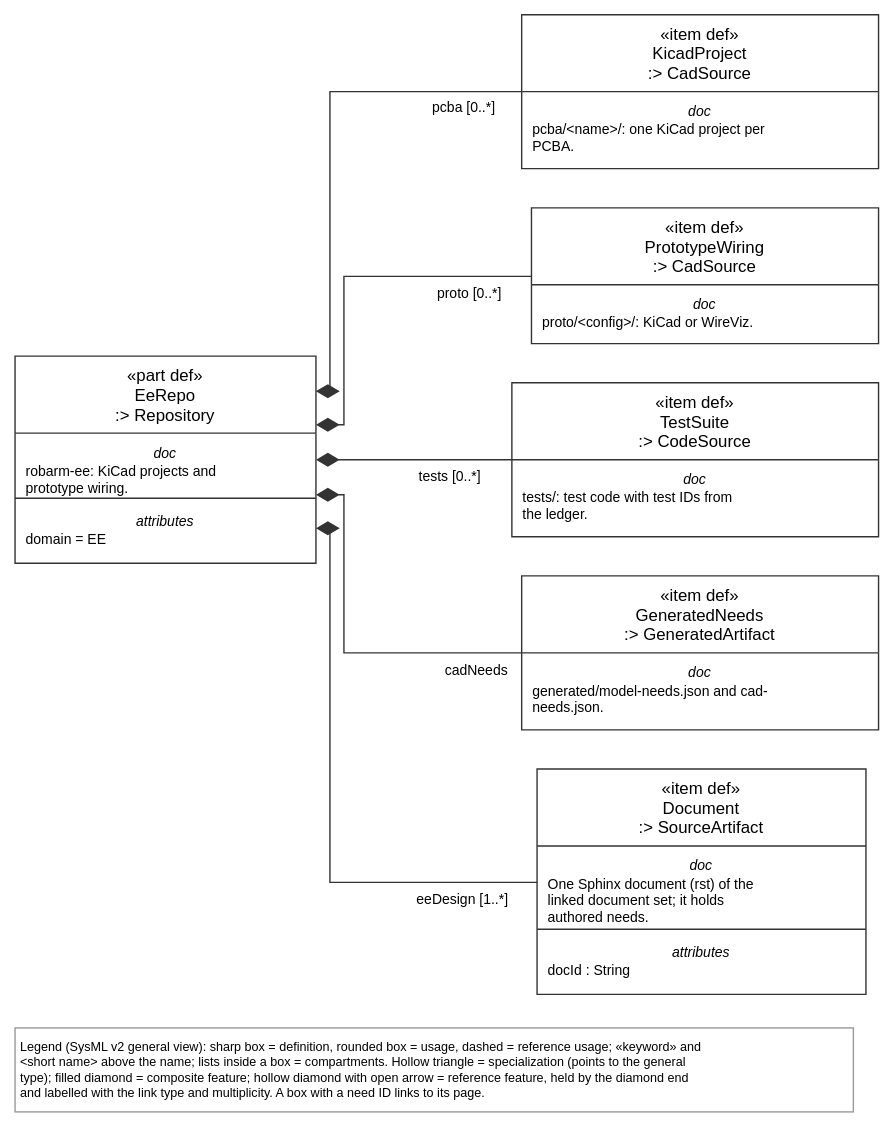
The draw.io diagram views/eeRepo.drawio.svg in tiacsys/xdmod, before a commit. Source tidied: cells renumbered, new cells last; positions are measured from the earlier drawing's top-left corner, leaving out a move shared by most shapes. Source of this version:
```xml
<mxGraphModel>
  <root>
    <mxCell id="0" />
    <mxCell id="1" parent="0" />
    <mxCell id="2" value="«item def»&#10;Document&#10;:&gt; SourceArtifact" style="html=0;fontFamily=Helvetica;fontSize=11;strokeColor=#333333;rounded=0;fillColor=#FFFFFF;swimlane;startSize=55;horizontal=1;fontStyle=0;swimlaneLine=1;" parent="1" vertex="1">
      <mxGeometry x="373" y="539" width="235" height="161" as="geometry" />
    </mxCell>
    <mxCell id="3" value="«part def»&#10;EeRepo&#10;:&gt; Repository" style="html=0;fontFamily=Helvetica;fontSize=11;strokeColor=#333333;rounded=0;fillColor=#FFFFFF;swimlane;startSize=55;horizontal=1;fontStyle=0;swimlaneLine=1;" parent="1" vertex="1">
      <mxGeometry y="244" width="215" height="148" as="geometry" />
    </mxCell>
    <mxCell id="4" value="«item def»&#10;GeneratedNeeds&#10;:&gt; GeneratedArtifact" style="html=0;fontFamily=Helvetica;fontSize=11;strokeColor=#333333;rounded=0;fillColor=#FFFFFF;swimlane;startSize=55;horizontal=1;fontStyle=0;swimlaneLine=1;" parent="1" vertex="1">
      <mxGeometry x="362" y="401" width="255" height="110" as="geometry" />
    </mxCell>
    <mxCell id="5" value="«item def»&#10;KicadProject&#10;:&gt; CadSource" style="html=0;fontFamily=Helvetica;fontSize=11;strokeColor=#333333;rounded=0;fillColor=#FFFFFF;swimlane;startSize=55;horizontal=1;fontStyle=0;swimlaneLine=1;" parent="1" vertex="1">
      <mxGeometry x="362" width="255" height="110" as="geometry" />
    </mxCell>
    <mxCell id="6" value="«item def»&#10;PrototypeWiring&#10;:&gt; CadSource" style="html=0;fontFamily=Helvetica;fontSize=11;strokeColor=#333333;rounded=0;fillColor=#FFFFFF;swimlane;startSize=55;horizontal=1;fontStyle=0;swimlaneLine=1;" parent="1" vertex="1">
      <mxGeometry x="369" y="138" width="248" height="97" as="geometry" />
    </mxCell>
    <mxCell id="7" value="«item def»&#10;TestSuite&#10;:&gt; CodeSource" style="html=0;fontFamily=Helvetica;fontSize=11;strokeColor=#333333;rounded=0;fillColor=#FFFFFF;swimlane;startSize=55;horizontal=1;fontStyle=0;swimlaneLine=1;" parent="1" vertex="1">
      <mxGeometry x="355" y="263" width="262" height="110" as="geometry" />
    </mxCell>
    <mxCell id="8" value="Legend (SysML v2 general view): sharp box = definition, rounded box = usage, dashed = reference usage; «keyword» and&#10;&lt;short name&gt; above the name; lists inside a box = compartments. Hollow triangle = specialization (points to the general&#10;type); filled diamond = composite feature; hollow diamond with open arrow = reference feature, held by the diamond end&#10;and labelled with the link type and multiplicity. A box with a need ID links to its page." style="text;html=0;align=left;verticalAlign=top;fontFamily=Helvetica;fontSize=9;fillColor=#FFFFFF;strokeColor=#999999;spacing=4;" parent="1" vertex="1">
      <mxGeometry y="724" width="599" height="60" as="geometry" />
    </mxCell>
    <mxCell id="9" value="attributes" style="text;html=0;align=center;verticalAlign=top;spacingTop=0;fontFamily=Helvetica;fontSize=10;fontStyle=2;strokeColor=none;" parent="2" vertex="1">
      <mxGeometry y="119" width="235" height="13" as="geometry" />
    </mxCell>
    <mxCell id="10" value="docId : String" style="text;html=0;align=left;verticalAlign=top;spacingLeft=6;spacingTop=0;fontFamily=Helvetica;fontSize=10;" parent="2" vertex="1">
      <mxGeometry y="132" width="235" height="17" as="geometry" />
    </mxCell>
    <mxCell id="11" value="doc" style="text;html=0;align=center;verticalAlign=top;spacingTop=0;fontFamily=Helvetica;fontSize=10;fontStyle=2;strokeColor=none;" parent="2" vertex="1">
      <mxGeometry y="57" width="235" height="13" as="geometry" />
    </mxCell>
    <mxCell id="12" value="One Sphinx document (rst) of the&#10;linked document set; it holds&#10;authored needs." style="text;html=0;align=left;verticalAlign=top;spacingLeft=6;spacingTop=0;fontFamily=Helvetica;fontSize=10;" parent="2" vertex="1">
      <mxGeometry y="70" width="235" height="43" as="geometry" />
    </mxCell>
    <mxCell id="13" style="line;html=0;strokeColor=#333333;strokeWidth=1;" parent="2" vertex="1">
      <mxGeometry y="114" width="235" height="1" as="geometry" />
    </mxCell>
    <mxCell id="14" value="attributes" style="text;html=0;align=center;verticalAlign=top;spacingTop=0;fontFamily=Helvetica;fontSize=10;fontStyle=2;strokeColor=none;" parent="3" vertex="1">
      <mxGeometry y="106" width="215" height="13" as="geometry" />
    </mxCell>
    <mxCell id="15" value="domain = EE" style="text;html=0;align=left;verticalAlign=top;spacingLeft=6;spacingTop=0;fontFamily=Helvetica;fontSize=10;" parent="3" vertex="1">
      <mxGeometry y="119" width="215" height="17" as="geometry" />
    </mxCell>
    <mxCell id="16" value="doc" style="text;html=0;align=center;verticalAlign=top;spacingTop=0;fontFamily=Helvetica;fontSize=10;fontStyle=2;strokeColor=none;" parent="3" vertex="1">
      <mxGeometry y="57" width="215" height="13" as="geometry" />
    </mxCell>
    <mxCell id="17" value="robarm-ee: KiCad projects and&#10;prototype wiring." style="text;html=0;align=left;verticalAlign=top;spacingLeft=6;spacingTop=0;fontFamily=Helvetica;fontSize=10;" parent="3" vertex="1">
      <mxGeometry y="70" width="215" height="30" as="geometry" />
    </mxCell>
    <mxCell id="18" style="line;html=0;strokeColor=#333333;strokeWidth=1;" parent="3" vertex="1">
      <mxGeometry y="101" width="215" height="1" as="geometry" />
    </mxCell>
    <mxCell id="19" value="doc" style="text;html=0;align=center;verticalAlign=top;spacingTop=0;fontFamily=Helvetica;fontSize=10;fontStyle=2;strokeColor=none;" parent="4" vertex="1">
      <mxGeometry y="57" width="255" height="13" as="geometry" />
    </mxCell>
    <mxCell id="20" value="generated/model-needs.json and cad-&#10;needs.json." style="text;html=0;align=left;verticalAlign=top;spacingLeft=6;spacingTop=0;fontFamily=Helvetica;fontSize=10;" parent="4" vertex="1">
      <mxGeometry y="70" width="255" height="30" as="geometry" />
    </mxCell>
    <mxCell id="21" value="doc" style="text;html=0;align=center;verticalAlign=top;spacingTop=0;fontFamily=Helvetica;fontSize=10;fontStyle=2;strokeColor=none;" parent="5" vertex="1">
      <mxGeometry y="57" width="255" height="13" as="geometry" />
    </mxCell>
    <mxCell id="22" value="pcba/&lt;name&gt;/: one KiCad project per&#10;PCBA." style="text;html=0;align=left;verticalAlign=top;spacingLeft=6;spacingTop=0;fontFamily=Helvetica;fontSize=10;" parent="5" vertex="1">
      <mxGeometry y="70" width="255" height="30" as="geometry" />
    </mxCell>
    <mxCell id="23" value="doc" style="text;html=0;align=center;verticalAlign=top;spacingTop=0;fontFamily=Helvetica;fontSize=10;fontStyle=2;strokeColor=none;" parent="6" vertex="1">
      <mxGeometry y="57" width="248" height="13" as="geometry" />
    </mxCell>
    <mxCell id="24" value="proto/&lt;config&gt;/: KiCad or WireViz." style="text;html=0;align=left;verticalAlign=top;spacingLeft=6;spacingTop=0;fontFamily=Helvetica;fontSize=10;" parent="6" vertex="1">
      <mxGeometry y="70" width="248" height="17" as="geometry" />
    </mxCell>
    <mxCell id="25" value="doc" style="text;html=0;align=center;verticalAlign=top;spacingTop=0;fontFamily=Helvetica;fontSize=10;fontStyle=2;strokeColor=none;" parent="7" vertex="1">
      <mxGeometry y="57" width="262" height="13" as="geometry" />
    </mxCell>
    <mxCell id="26" value="tests/: test code with test IDs from&#10;the ledger." style="text;html=0;align=left;verticalAlign=top;spacingLeft=6;spacingTop=0;fontFamily=Helvetica;fontSize=10;" parent="7" vertex="1">
      <mxGeometry y="70" width="262" height="30" as="geometry" />
    </mxCell>
    <mxCell id="27" value="eeDesign [1..*]" style="html=0;rounded=0;endSize=10;startSize=14;fontFamily=Helvetica;fontSize=10;labelBackgroundColor=#FFFFFF;strokeColor=#333333;startArrow=diamondThin;startFill=1;endArrow=none;exitX=1.000;exitY=0.831;exitDx=0;exitDy=0;exitPerimeter=0;entryX=0.000;entryY=0.503;entryDx=0;entryDy=0;entryPerimeter=0;" parent="1" edge="1" source="3" target="2">
      <mxGeometry relative="1" as="geometry">
        <Array as="points">
          <mxPoint x="225" y="367" />
          <mxPoint x="225" y="620" />
        </Array>
        <mxPoint x="95" y="69" as="offset" />
      </mxGeometry>
    </mxCell>
    <mxCell id="28" value="cadNeeds" style="html=0;rounded=0;endSize=10;startSize=14;fontFamily=Helvetica;fontSize=10;labelBackgroundColor=#FFFFFF;strokeColor=#333333;startArrow=diamondThin;startFill=1;endArrow=none;exitX=1.000;exitY=0.669;exitDx=0;exitDy=0;exitPerimeter=0;entryX=0.000;entryY=0.500;entryDx=0;entryDy=0;entryPerimeter=0;" parent="1" edge="1" source="3" target="4">
      <mxGeometry relative="1" as="geometry">
        <Array as="points">
          <mxPoint x="235" y="343" />
          <mxPoint x="235" y="456" />
        </Array>
        <mxPoint x="95" y="15" as="offset" />
      </mxGeometry>
    </mxCell>
    <mxCell id="29" value="pcba [0..*]" style="html=0;rounded=0;endSize=10;startSize=14;fontFamily=Helvetica;fontSize=10;labelBackgroundColor=#FFFFFF;strokeColor=#333333;startArrow=diamondThin;startFill=1;endArrow=none;exitX=1.000;exitY=0.169;exitDx=0;exitDy=0;exitPerimeter=0;entryX=0.000;entryY=0.500;entryDx=0;entryDy=0;entryPerimeter=0;" parent="1" edge="1" source="3" target="5">
      <mxGeometry relative="1" as="geometry">
        <Array as="points">
          <mxPoint x="225" y="269" />
          <mxPoint x="225" y="55" />
        </Array>
        <mxPoint x="96" y="-32" as="offset" />
      </mxGeometry>
    </mxCell>
    <mxCell id="30" value="proto [0..*]" style="html=0;rounded=0;endSize=10;startSize=14;fontFamily=Helvetica;fontSize=10;labelBackgroundColor=#FFFFFF;strokeColor=#333333;startArrow=diamondThin;startFill=1;endArrow=none;exitX=1.000;exitY=0.331;exitDx=0;exitDy=0;exitPerimeter=0;entryX=0.000;entryY=0.505;entryDx=0;entryDy=0;entryPerimeter=0;" parent="1" edge="1" source="3" target="6">
      <mxGeometry relative="1" as="geometry">
        <Array as="points">
          <mxPoint x="235" y="293" />
          <mxPoint x="235" y="187" />
        </Array>
        <mxPoint x="86" y="12" as="offset" />
      </mxGeometry>
    </mxCell>
    <mxCell id="31" value="tests [0..*]" style="html=0;rounded=0;endSize=10;startSize=14;fontFamily=Helvetica;fontSize=10;labelBackgroundColor=#FFFFFF;strokeColor=#333333;startArrow=diamondThin;startFill=1;endArrow=none;exitX=1.000;exitY=0.500;exitDx=0;exitDy=0;exitPerimeter=0;entryX=0.000;entryY=0.500;entryDx=0;entryDy=0;entryPerimeter=0;" parent="1" edge="1" source="3" target="7">
      <mxGeometry relative="1" as="geometry">
        <mxPoint x="26" y="12" as="offset" />
      </mxGeometry>
    </mxCell>
  </root>
</mxGraphModel>
```
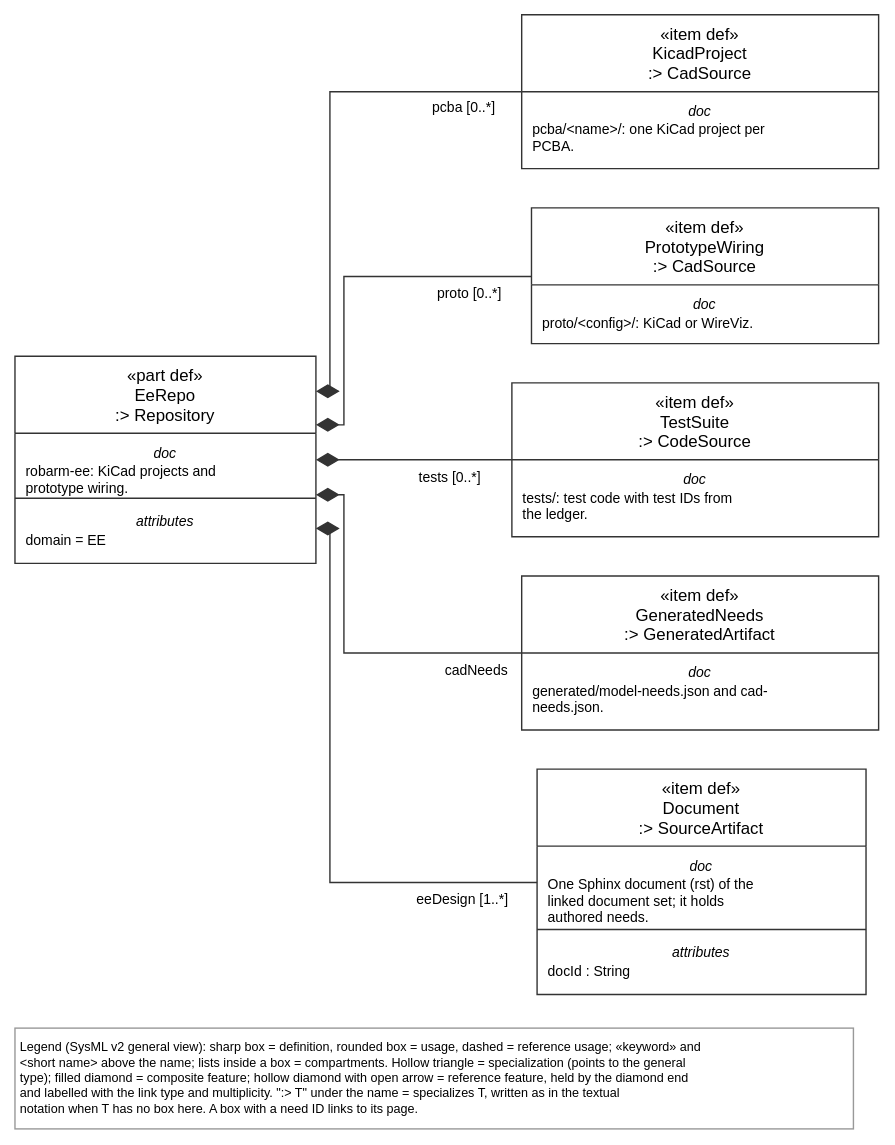
After the commit.

The edit, as a diff of the source:
```diff
@@ -20,8 +20,8 @@
     <mxCell id="7" value="«item def»&#10;TestSuite&#10;:&gt; CodeSource" style="html=0;fontFamily=Helvetica;fontSize=11;strokeColor=#333333;rounded=0;fillColor=#FFFFFF;swimlane;startSize=55;horizontal=1;fontStyle=0;swimlaneLine=1;" parent="1" vertex="1">
       <mxGeometry x="355" y="263" width="262" height="110" as="geometry" />
     </mxCell>
-    <mxCell id="8" value="Legend (SysML v2 general view): sharp box = definition, rounded box = usage, dashed = reference usage; «keyword» and&#10;&lt;short name&gt; above the name; lists inside a box = compartments. Hollow triangle = specialization (points to the general&#10;type); filled diamond = composite feature; hollow diamond with open arrow = reference feature, held by the diamond end&#10;and labelled with the link type and multiplicity. A box with a need ID links to its page." style="text;html=0;align=left;verticalAlign=top;fontFamily=Helvetica;fontSize=9;fillColor=#FFFFFF;strokeColor=#999999;spacing=4;" parent="1" vertex="1">
-      <mxGeometry y="724" width="599" height="60" as="geometry" />
+    <mxCell id="8" value="Legend (SysML v2 general view): sharp box = definition, rounded box = usage, dashed = reference usage; «keyword» and&#10;&lt;short name&gt; above the name; lists inside a box = compartments. Hollow triangle = specialization (points to the general&#10;type); filled diamond = composite feature; hollow diamond with open arrow = reference feature, held by the diamond end&#10;and labelled with the link type and multiplicity. &quot;:&gt; T&quot; under the name = specializes T, written as in the textual&#10;notation when T has no box here. A box with a need ID links to its page." style="text;html=0;align=left;verticalAlign=top;fontFamily=Helvetica;fontSize=9;fillColor=#FFFFFF;strokeColor=#999999;spacing=4;" parent="1" vertex="1">
+      <mxGeometry y="724" width="599" height="72" as="geometry" />
     </mxCell>
     <mxCell id="9" value="attributes" style="text;html=0;align=center;verticalAlign=top;spacingTop=0;fontFamily=Helvetica;fontSize=10;fontStyle=2;strokeColor=none;" parent="2" vertex="1">
       <mxGeometry y="119" width="235" height="13" as="geometry" />
```
